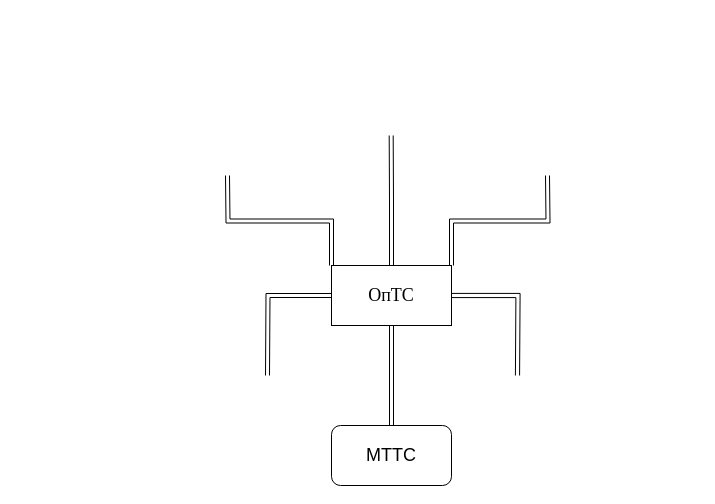
The draw.io diagram схема району.drawio in AngelicHavy/site, before the edit. Source tidied: cells renumbered, new cells numbered last; positions are measured from the earlier drawing's top-left corner, leaving out a move shared by most shapes. Both pictures are drawn from the tidied source at 100%, with x=0, y=0 at pixel (227, 135).
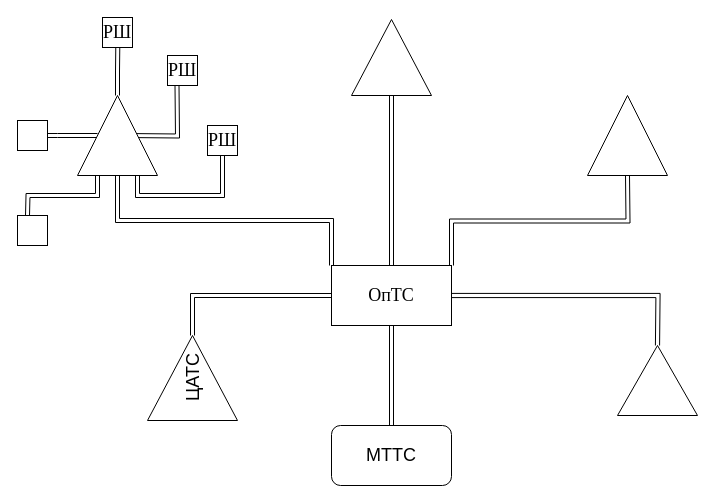
Above is the later version.

Unchanged cells that the change refers to:
```xml
<mxCell id="8" value="&lt;font face=&quot;Times New Roman&quot; style=&quot;font-size: 18px;&quot;&gt;ОпТС&lt;/font&gt;" style="rounded=0;whiteSpace=wrap;html=1;" parent="1" vertex="1">
  <mxGeometry x="104" y="130" width="120" height="60" as="geometry" />
</mxCell>
```

What changed in the source:
```diff
@@
     <mxCell id="3" style="edgeStyle=orthogonalEdgeStyle;rounded=0;jettySize=auto;html=1;exitX=1;exitY=0.5;exitDx=0;exitDy=0;shape=link;width=4.166666666666668;" parent="1" edge="1" source="8">
       <mxGeometry relative="1" as="geometry">
-        <mxPoint x="290" y="240" as="targetPoint" />
+        <mxPoint x="430" y="210" as="targetPoint" />
       </mxGeometry>
     </mxCell>
-    <mxCell id="4" style="edgeStyle=orthogonalEdgeStyle;rounded=0;jettySize=auto;html=1;exitX=0;exitY=0.5;exitDx=0;exitDy=0;shape=link;" parent="1" edge="1" source="8">
-      <mxGeometry relative="1" as="geometry">
-        <mxPoint x="40" y="240" as="targetPoint" />
-      </mxGeometry>
+    <mxCell id="4" style="edgeStyle=orthogonalEdgeStyle;rounded=0;jettySize=auto;html=1;exitX=0;exitY=0.5;exitDx=0;exitDy=0;shape=link;" parent="1" edge="1" source="8" target="10">
+      <mxGeometry relative="1" as="geometry" />
     </mxCell>
-    <mxCell id="5" style="edgeStyle=orthogonalEdgeStyle;rounded=0;jettySize=auto;html=1;exitX=0.5;exitY=0;exitDx=0;exitDy=0;shape=link;" parent="1" edge="1" source="8">
-      <mxGeometry relative="1" as="geometry">
-        <mxPoint x="163.7" as="targetPoint" />
-      </mxGeometry>
+    <mxCell id="5" style="edgeStyle=orthogonalEdgeStyle;rounded=0;jettySize=auto;html=1;exitX=0.5;exitY=0;exitDx=0;exitDy=0;shape=link;entryX=0;entryY=0.5;entryDx=0;entryDy=0;" parent="1" edge="1" source="8" target="19">
+      <mxGeometry relative="1" as="geometry" />
     </mxCell>
     <mxCell id="6" style="edgeStyle=orthogonalEdgeStyle;rounded=0;jettySize=auto;html=1;exitX=1;exitY=0;exitDx=0;exitDy=0;shape=link;" parent="1" edge="1" source="8">
       <mxGeometry relative="1" as="geometry">
-        <mxPoint x="320" y="40" as="targetPoint" />
+        <mxPoint x="400" y="40" as="targetPoint" />
       </mxGeometry>
     </mxCell>
-    <mxCell id="7" style="edgeStyle=orthogonalEdgeStyle;rounded=0;jettySize=auto;html=1;exitX=0;exitY=0;exitDx=0;exitDy=0;shape=link;" parent="1" edge="1" source="8">
-      <mxGeometry relative="1" as="geometry">
-        <mxPoint y="40" as="targetPoint" />
-      </mxGeometry>
+    <mxCell id="7" style="edgeStyle=orthogonalEdgeStyle;rounded=0;jettySize=auto;html=1;exitX=0;exitY=0;exitDx=0;exitDy=0;shape=link;entryX=0;entryY=0.5;entryDx=0;entryDy=0;" parent="1" edge="1" source="8" target="18">
+      <mxGeometry relative="1" as="geometry" />
     </mxCell>
@@
+    <mxCell id="10" value="&lt;font style=&quot;font-size: 18px;&quot;&gt;ЦАТС&lt;/font&gt;" style="triangle;whiteSpace=wrap;html=1;rotation=-90;" parent="1" vertex="1">
+      <mxGeometry x="-77.5" y="197.5" width="85" height="90" as="geometry" />
+    </mxCell>
+    <mxCell id="11" style="triangle;whiteSpace=wrap;html=1;rotation=-90;" parent="1" vertex="1">
+      <mxGeometry x="395" y="205" width="70" height="80" as="geometry" />
+    </mxCell>
+    <mxCell id="12" style="triangle;whiteSpace=wrap;html=1;rotation=-90;" parent="1" vertex="1">
+      <mxGeometry x="360" y="-40" width="80" height="80" as="geometry" />
+    </mxCell>
+    <mxCell id="13" style="edgeStyle=orthogonalEdgeStyle;rounded=0;jettySize=auto;html=1;exitX=0.5;exitY=0;exitDx=0;exitDy=0;shape=link;" parent="1" edge="1" source="18">
+      <mxGeometry relative="1" as="geometry">
+        <mxPoint x="-180" as="targetPoint" />
+      </mxGeometry>
+    </mxCell>
+    <mxCell id="14" style="edgeStyle=orthogonalEdgeStyle;rounded=0;jettySize=auto;html=1;exitX=1;exitY=0.5;exitDx=0;exitDy=0;shape=link;" parent="1" edge="1" source="18">
+      <mxGeometry relative="1" as="geometry">
+        <mxPoint x="-109.7" y="-90" as="targetPoint" />
+      </mxGeometry>
+    </mxCell>
+    <mxCell id="15" style="edgeStyle=orthogonalEdgeStyle;rounded=0;orthogonalLoop=1;jettySize=auto;html=1;exitX=0.5;exitY=1;exitDx=0;exitDy=0;shape=link;" parent="1" edge="1">
+      <mxGeometry relative="1" as="geometry">
+        <mxPoint x="-100.5" as="sourcePoint" />
+        <mxPoint x="-50.5" y="-50" as="targetPoint" />
+      </mxGeometry>
+    </mxCell>
+    <mxCell id="16" style="edgeStyle=orthogonalEdgeStyle;rounded=0;jettySize=auto;html=1;exitX=0;exitY=0.75;exitDx=0;exitDy=0;shape=link;entryX=0.5;entryY=1;entryDx=0;entryDy=0;" parent="1" edge="1" source="18" target="20">
+      <mxGeometry relative="1" as="geometry" />
+    </mxCell>
+    <mxCell id="17" style="edgeStyle=orthogonalEdgeStyle;rounded=0;jettySize=auto;html=1;exitX=0;exitY=0.25;exitDx=0;exitDy=0;shape=link;" parent="1" edge="1" source="18">
+      <mxGeometry relative="1" as="geometry">
+        <mxPoint x="-200" y="80" as="targetPoint" />
+      </mxGeometry>
+    </mxCell>
+    <mxCell id="18" style="triangle;whiteSpace=wrap;html=1;rotation=-90;" parent="1" vertex="1">
+      <mxGeometry x="-150" y="-40" width="80" height="80" as="geometry" />
+    </mxCell>
+    <mxCell id="19" style="triangle;whiteSpace=wrap;html=1;rotation=-90;" parent="1" vertex="1">
+      <mxGeometry x="126" y="-118" width="76" height="80" as="geometry" />
+    </mxCell>
+    <mxCell id="20" value="&lt;font style=&quot;font-size: 18px;&quot; face=&quot;Times New Roman&quot;&gt;РШ&lt;/font&gt;" style="whiteSpace=wrap;html=1;" parent="1" vertex="1">
+      <mxGeometry x="-20" y="-10" width="30" height="30" as="geometry" />
+    </mxCell>
+    <mxCell id="21" value="&lt;font face=&quot;Times New Roman&quot; style=&quot;font-size: 18px;&quot;&gt;РШ&lt;/font&gt;" style="whiteSpace=wrap;html=1;" parent="1" vertex="1">
+      <mxGeometry x="-60" y="-80" width="30" height="30" as="geometry" />
+    </mxCell>
+    <mxCell id="22" value="&lt;font face=&quot;Times New Roman&quot; style=&quot;font-size: 18px;&quot;&gt;РШ&lt;/font&gt;" style="whiteSpace=wrap;html=1;" parent="1" vertex="1">
+      <mxGeometry x="-125" y="-118" width="30" height="30" as="geometry" />
+    </mxCell>
+    <mxCell id="23" style="whiteSpace=wrap;html=1;" parent="1" vertex="1">
+      <mxGeometry x="-210" y="-15" width="30" height="30" as="geometry" />
+    </mxCell>
+    <mxCell id="24" style="whiteSpace=wrap;html=1;" parent="1" vertex="1">
+      <mxGeometry x="-210" y="80" width="30" height="30" as="geometry" />
+    </mxCell>
```
